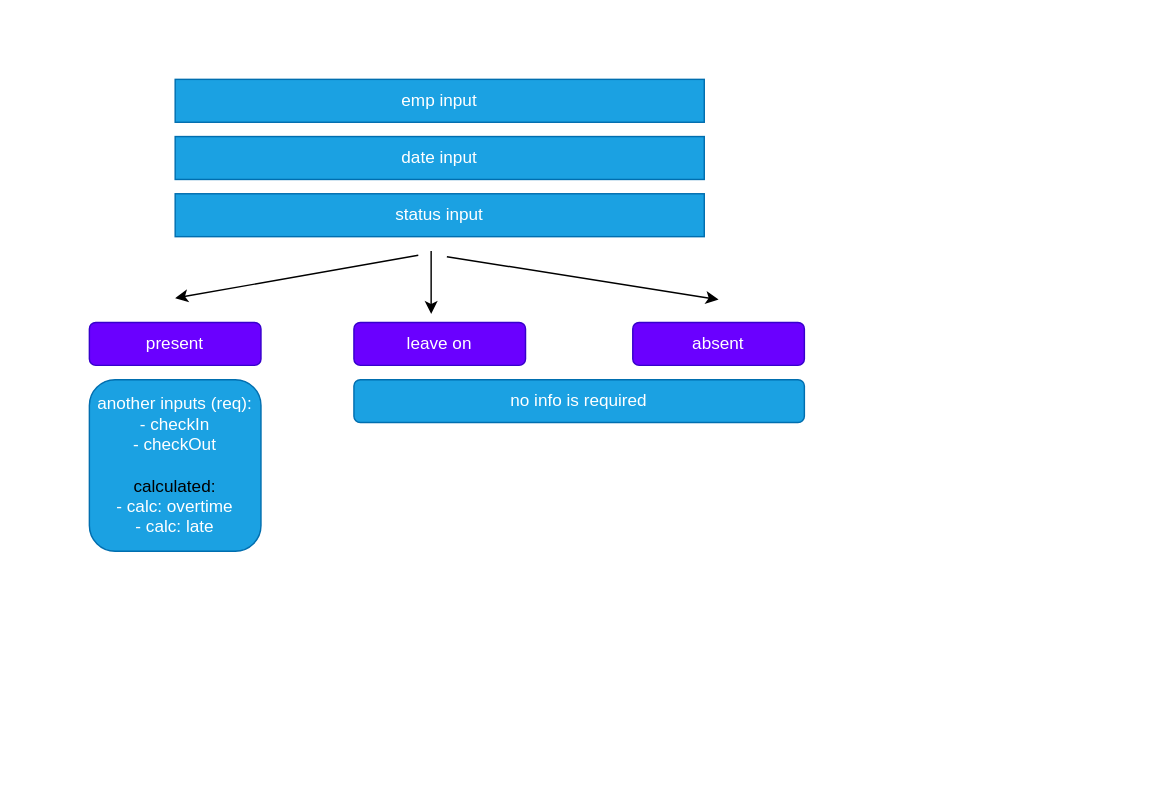
This is src/modules/attendance/attendance.drawio from Abdalla194omar/HR_Management_System_Backend, a draw.io file, before an edit. Source tidied: cells renumbered, new cells numbered last; positions are measured from the earlier drawing's top-left corner, leaving out a move shared by most shapes. Both pictures are drawn from the tidied source at 143%, with x=0, y=0 at pixel (89, 79).
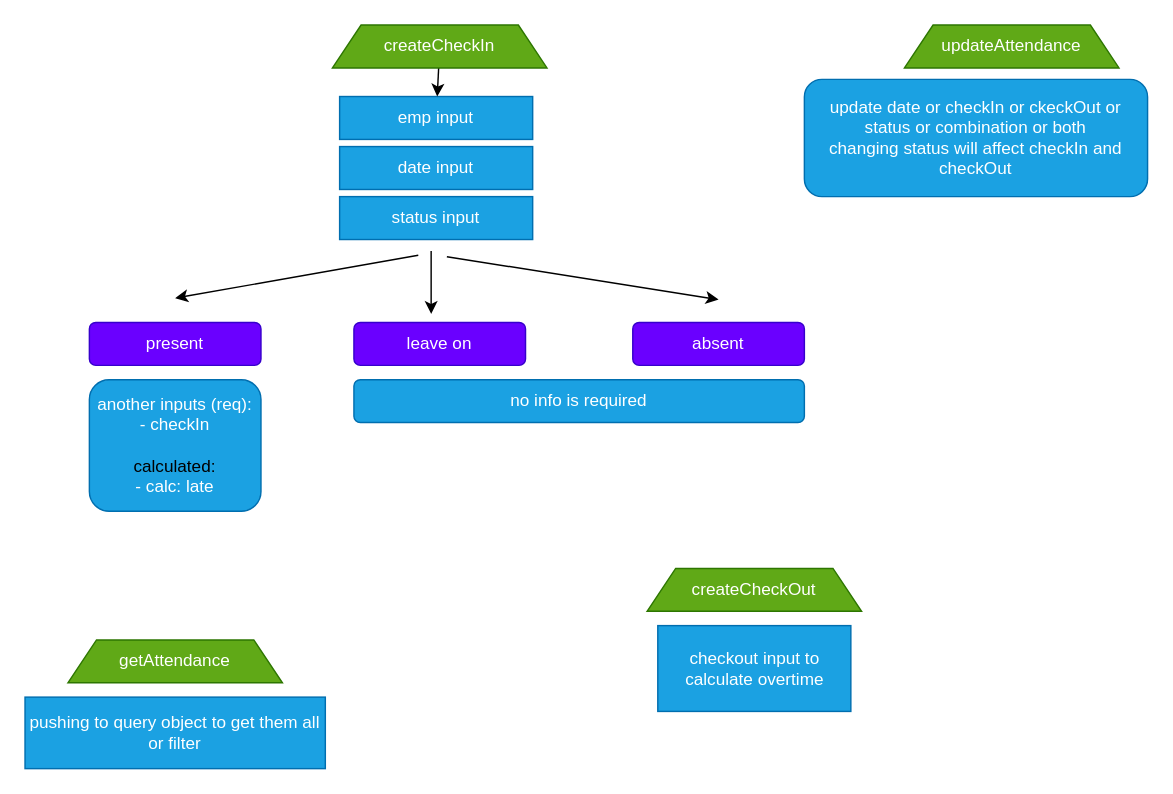
The same page after the edit.

Commit message (it also covers changes not shown here):
add createCheckIn and createCheckOut and remove on leave

Change to the diagram source:
```diff
@@
     <mxCell id="2" value="emp input" style="rounded=0;whiteSpace=wrap;html=1;fillColor=#1ba1e2;fontColor=#ffffff;strokeColor=#006EAF;" parent="1" vertex="1">
-      <mxGeometry x="60" width="370" height="30" as="geometry" />
+      <mxGeometry x="175" y="12" width="135" height="30" as="geometry" />
     </mxCell>
     <mxCell id="3" value="date input" style="rounded=0;whiteSpace=wrap;html=1;fillColor=#1ba1e2;fontColor=#ffffff;strokeColor=#006EAF;" parent="1" vertex="1">
-      <mxGeometry x="60" y="40" width="370" height="30" as="geometry" />
+      <mxGeometry x="175" y="47" width="135" height="30" as="geometry" />
     </mxCell>
@@
     <mxCell id="6" value="status input" style="rounded=0;whiteSpace=wrap;html=1;fillColor=#1ba1e2;fontColor=#ffffff;strokeColor=#006EAF;" parent="1" vertex="1">
-      <mxGeometry x="60" y="80" width="370" height="30" as="geometry" />
+      <mxGeometry x="175" y="82" width="135" height="30" as="geometry" />
     </mxCell>
@@
-    <mxCell id="12" value="another inputs (req):&lt;div&gt;- checkIn&lt;/div&gt;&lt;div&gt;- checkOut&lt;/div&gt;&lt;div&gt;&lt;br&gt;&lt;/div&gt;&lt;div&gt;&lt;font style=&quot;color: light-dark(rgb(0, 0, 0), rgb(0, 0, 0));&quot;&gt;calculated:&lt;/font&gt;&lt;/div&gt;&lt;div&gt;- calc: overtime&lt;/div&gt;&lt;div&gt;- calc: late&lt;/div&gt;" style="rounded=1;whiteSpace=wrap;html=1;fillColor=#1ba1e2;fontColor=#ffffff;strokeColor=#006EAF;" parent="1" vertex="1">
-      <mxGeometry y="210" width="120" height="120" as="geometry" />
+    <mxCell id="12" value="another inputs (req):&lt;div&gt;- checkIn&lt;/div&gt;&lt;div&gt;&lt;br&gt;&lt;/div&gt;&lt;div&gt;&lt;font style=&quot;color: light-dark(rgb(0, 0, 0), rgb(0, 0, 0));&quot;&gt;calculated:&lt;/font&gt;&lt;/div&gt;&lt;div&gt;- calc: late&lt;/div&gt;" style="rounded=1;whiteSpace=wrap;html=1;fillColor=#1ba1e2;fontColor=#ffffff;strokeColor=#006EAF;" parent="1" vertex="1">
+      <mxGeometry y="210" width="120" height="92" as="geometry" />
     </mxCell>
+    <mxCell id="13" style="edgeStyle=none;html=1;" parent="1" edge="1" source="14" target="2">
+      <mxGeometry relative="1" as="geometry" />
+    </mxCell>
+    <mxCell id="14" value="createCheckIn" style="shape=trapezoid;perimeter=trapezoidPerimeter;whiteSpace=wrap;html=1;fixedSize=1;fillColor=#60a917;fontColor=#ffffff;strokeColor=#2D7600;" parent="1" vertex="1">
+      <mxGeometry x="170" y="-38" width="150" height="30" as="geometry" />
+    </mxCell>
+    <mxCell id="15" value="updateAttendance" style="shape=trapezoid;perimeter=trapezoidPerimeter;whiteSpace=wrap;html=1;fixedSize=1;fillColor=#60a917;fontColor=#ffffff;strokeColor=#2D7600;" parent="1" vertex="1">
+      <mxGeometry x="570" y="-38" width="150" height="30" as="geometry" />
+    </mxCell>
+    <mxCell id="16" value="update date or checkIn or ckeckOut or status or combination or both&lt;div&gt;changing status will affect checkIn and checkOut&lt;/div&gt;" style="rounded=1;whiteSpace=wrap;html=1;fillColor=#1ba1e2;fontColor=#ffffff;strokeColor=#006EAF;" parent="1" vertex="1">
+      <mxGeometry x="500" width="240" height="82" as="geometry" />
+    </mxCell>
+    <mxCell id="17" value="getAttendance" style="shape=trapezoid;perimeter=trapezoidPerimeter;whiteSpace=wrap;html=1;fixedSize=1;fillColor=#60a917;fontColor=#ffffff;strokeColor=#2D7600;" parent="1" vertex="1">
+      <mxGeometry x="-15" y="392" width="150" height="30" as="geometry" />
+    </mxCell>
+    <mxCell id="18" value="pushing to query object to get them all or filter" style="rounded=0;whiteSpace=wrap;html=1;fillColor=#1ba1e2;fontColor=#ffffff;strokeColor=#006EAF;" parent="1" vertex="1">
+      <mxGeometry x="-45" y="432" width="210" height="50" as="geometry" />
+    </mxCell>
+    <mxCell id="19" value="createCheckOut" style="shape=trapezoid;perimeter=trapezoidPerimeter;whiteSpace=wrap;html=1;fixedSize=1;fillColor=#60a917;fontColor=#ffffff;strokeColor=#2D7600;" parent="1" vertex="1">
+      <mxGeometry x="390" y="342" width="150" height="30" as="geometry" />
+    </mxCell>
+    <mxCell id="20" value="checkout input to calculate overtime" style="rounded=0;whiteSpace=wrap;html=1;fillColor=#1ba1e2;fontColor=#ffffff;strokeColor=#006EAF;" parent="1" vertex="1">
+      <mxGeometry x="397.5" y="382" width="135" height="60" as="geometry" />
+    </mxCell>
```
